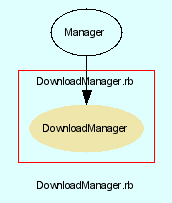
Before: src/trunk/doc/dot/f_3.png, a diagram exported from Graphviz (eschabell/abtlinux). Its source is kept beside it as src/trunk/doc/dot/f_3.dot. Its diagram source:
```dot
digraph TopLevel {
    compound = true
    bgcolor = lightcyan1
    fontname = Arial
    fontsize = 8
    label = "DownloadManager.rb"
    node [
        fontname = Arial,
        fontsize = 8,
        color = black
    ]

    subgraph cluster_4 {
        fontname = Arial
        color = red
        label = "DownloadManager.rb"
        DownloadManager [
            fontcolor = black,
            URL = "classes/DownloadManager.html",
            shape = ellipse,
            color = palegoldenrod,
            style = filled,
            label = "DownloadManager"
        ]

    }

    Manager [
        URL = "classes/Manager.html",
        label = "Manager"
    ]

    Manager -> DownloadManager [

    ]

}
```
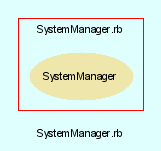
Above is the later version.

What changed in the source:
```diff
@@ -3,7 +3,7 @@
     bgcolor = lightcyan1
     fontname = Arial
     fontsize = 8
-    label = "DownloadManager.rb"
+    label = "SystemManager.rb"
     node [
         fontname = Arial,
         fontsize = 8,
@@ -13,25 +13,16 @@
     subgraph cluster_4 {
         fontname = Arial
         color = red
-        label = "DownloadManager.rb"
-        DownloadManager [
+        label = "SystemManager.rb"
+        SystemManager [
             fontcolor = black,
-            URL = "classes/DownloadManager.html",
+            URL = "classes/SystemManager.html",
             shape = ellipse,
             color = palegoldenrod,
             style = filled,
-            label = "DownloadManager"
+            label = "SystemManager"
         ]
 
     }
 
-    Manager [
-        URL = "classes/Manager.html",
-        label = "Manager"
-    ]
-
-    Manager -> DownloadManager [
-
-    ]
-
 }
```
